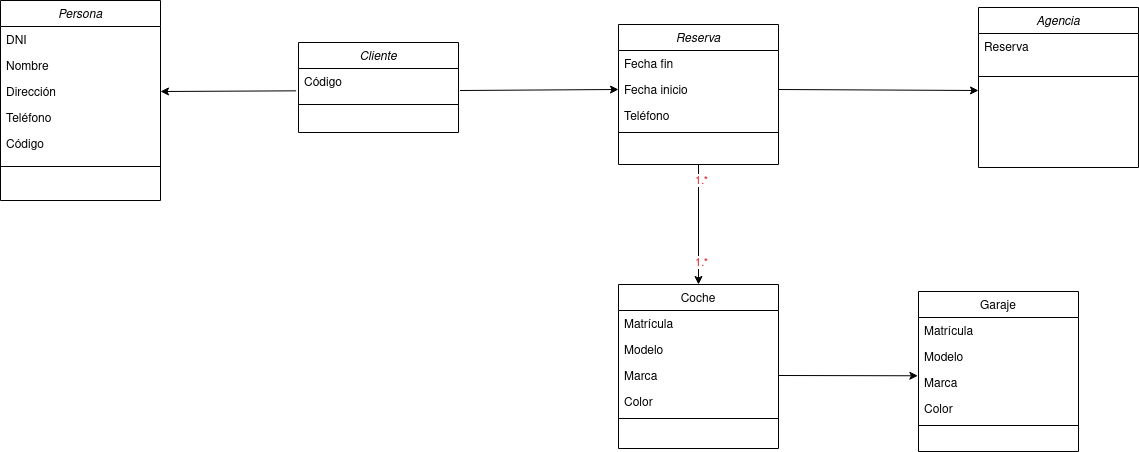
Earlier version of the draw.io export Tareas/AlquierCoches.drawio.png (colidom/ets). Source tidied: cells renumbered, new cells last; positions are measured from the earlier drawing's top-left corner, leaving out a move shared by most shapes.
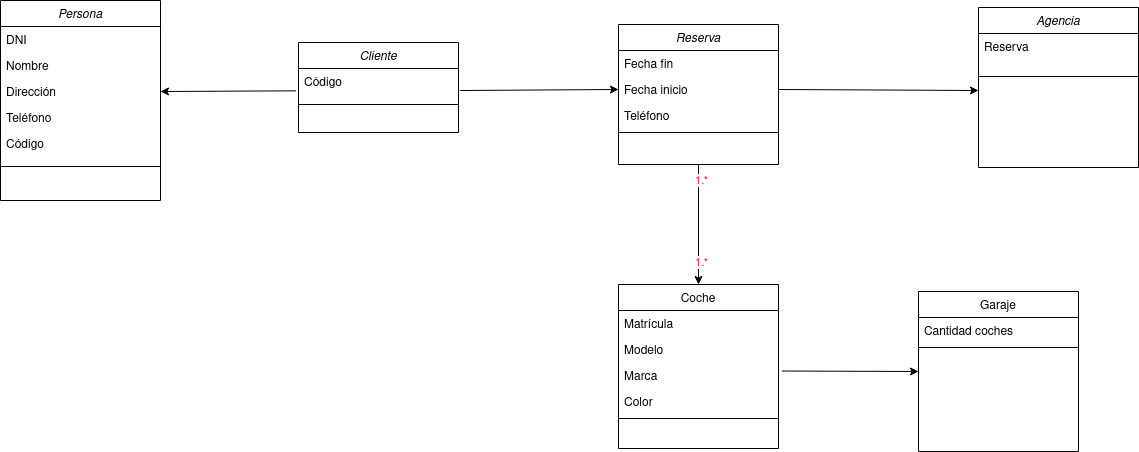
After the change.

What changed in the source:
```diff
@@ -62,20 +62,11 @@
     <mxCell id="21" value="Garaje" style="swimlane;fontStyle=0;align=center;verticalAlign=top;horizontal=1;startSize=26;rounded=0;shadow=0;strokeWidth=1;" parent="1" vertex="1">
       <mxGeometry x="918" y="291" width="160" height="160" as="geometry" />
     </mxCell>
-    <mxCell id="22" value="Matrícula" style="text;align=left;verticalAlign=top;spacingLeft=4;spacingRight=4;overflow=hidden;" parent="21" vertex="1">
-      <mxGeometry y="26" width="160" height="26" as="geometry" />
-    </mxCell>
-    <mxCell id="23" value="Modelo    " style="text;align=left;verticalAlign=top;spacingLeft=4;spacingRight=4;overflow=hidden;rounded=0;shadow=0;html=0;" parent="21" vertex="1">
-      <mxGeometry y="52" width="160" height="26" as="geometry" />
+    <mxCell id="23" value="Cantidad coches" style="text;align=left;verticalAlign=top;spacingLeft=4;spacingRight=4;overflow=hidden;rounded=0;shadow=0;html=0;" parent="21" vertex="1">
+      <mxGeometry y="26" width="160" height="26" as="geometry" />
     </mxCell>
-    <mxCell id="24" value="Marca" style="text;align=left;verticalAlign=top;spacingLeft=4;spacingRight=4;overflow=hidden;points=[[0,0.5],[1,0.5]];portConstraint=eastwest;rounded=0;shadow=0;html=0;" parent="21" vertex="1">
-      <mxGeometry y="78" width="160" height="26" as="geometry" />
-    </mxCell>
-    <mxCell id="25" value="Color" style="text;align=left;verticalAlign=top;spacingLeft=4;spacingRight=4;overflow=hidden;rounded=0;shadow=0;html=0;" parent="21" vertex="1">
-      <mxGeometry y="104" width="160" height="26" as="geometry" />
-    </mxCell>
     <mxCell id="26" style="line;html=1;strokeWidth=1;align=left;verticalAlign=middle;spacingTop=-1;spacingLeft=3;spacingRight=3;labelPosition=right;" parent="21" vertex="1">
-      <mxGeometry y="130" width="160" height="8" as="geometry" />
+      <mxGeometry y="52" width="160" height="8" as="geometry" />
     </mxCell>
     <mxCell id="27" value="Reserva" style="swimlane;fontStyle=2;align=center;verticalAlign=top;horizontal=1;startSize=26;rounded=0;shadow=0;strokeWidth=1;" parent="1" vertex="1">
       <mxGeometry x="618" y="24" width="160" height="140" as="geometry" />
@@ -107,7 +98,7 @@
     <mxCell id="36" style="endArrow=classic;html=1;rounded=0;entryX=0;entryY=0.5;entryDx=0;entryDy=0;exitX=1.01;exitY=0.846;exitDx=0;exitDy=0;exitPerimeter=0;" parent="1" edge="1" source="33" target="29">
       <mxGeometry relative="1" as="geometry" />
     </mxCell>
-    <mxCell id="37" style="endArrow=classic;html=1;rounded=0;entryX=-0.004;entryY=0.242;entryDx=0;entryDy=0;exitX=1;exitY=0.5;exitDx=0;exitDy=0;entryPerimeter=0;" parent="1" edge="1" source="12" target="24">
+    <mxCell id="37" style="endArrow=classic;html=1;rounded=0;entryX=0;entryY=0.5;entryDx=0;entryDy=0;exitX=1.021;exitY=0.328;exitDx=0;exitDy=0;exitPerimeter=0;" parent="1" edge="1" source="12" target="21">
       <mxGeometry relative="1" as="geometry" />
     </mxCell>
     <mxCell id="38" style="endArrow=classic;html=1;rounded=0;exitX=1;exitY=0.5;exitDx=0;exitDy=0;" parent="1" edge="1">
```
